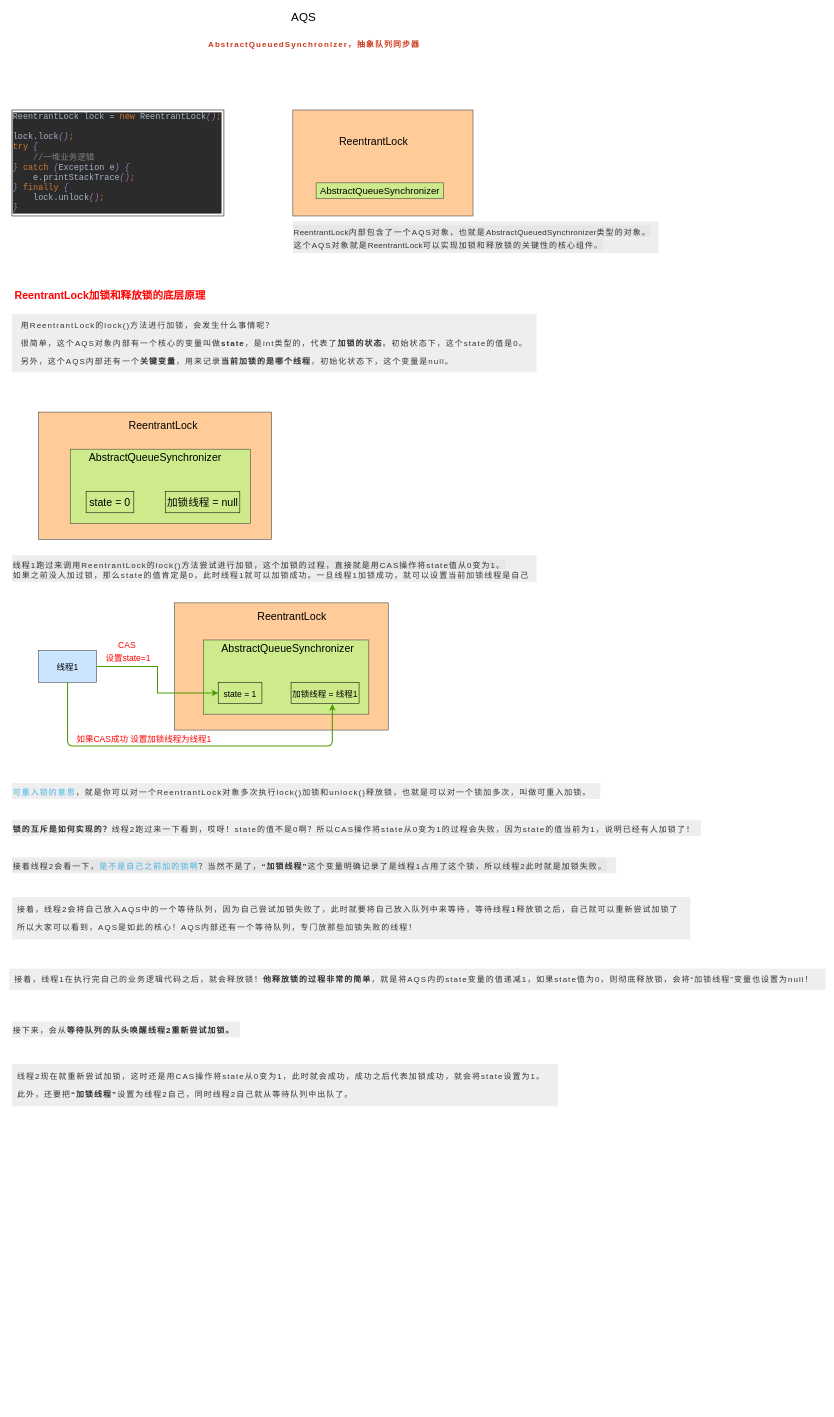
Above: page "AQS" (7 of 7) of CI/CI/moeed.drawio in liudongdong0909/draw (draw.io), before the change. Source tidied: cells renumbered, new cells numbered last; positions are measured from the earlier drawing's top-left corner, leaving out a move shared by most shapes. Both pictures are drawn from the tidied source at 53%, with x=0, y=0 at pixel (9, 9).
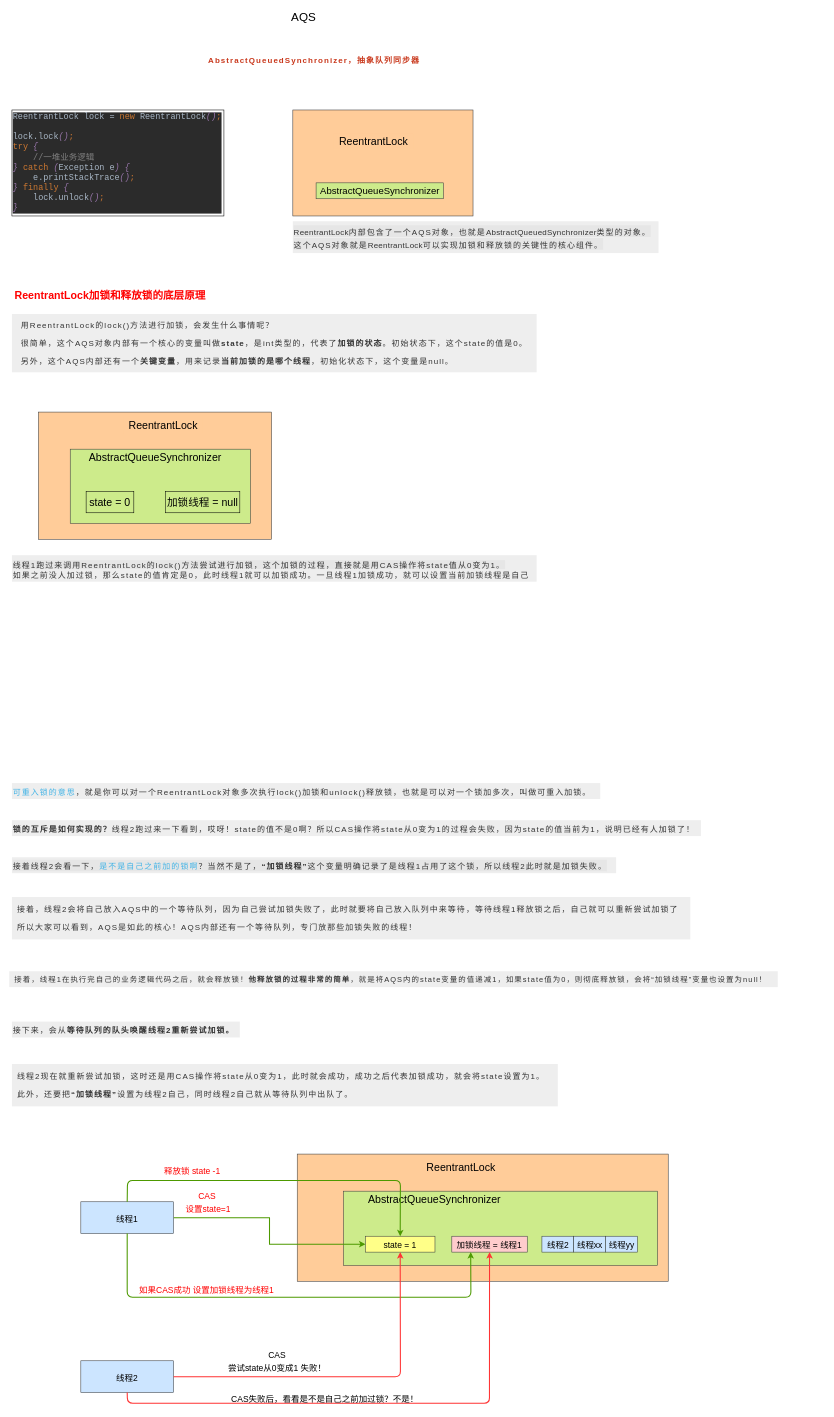
After the change.

The edit, as a diff of the source:
```diff
@@
     <mxCell id="4" value="&lt;strong style=&quot;margin: 0px ; padding: 0px ; max-width: 100% ; color: rgb(201 , 56 , 28) ; font-family: , &amp;#34;blinkmacsystemfont&amp;#34; , &amp;#34;helvetica neue&amp;#34; , &amp;#34;pingfang sc&amp;#34; , &amp;#34;hiragino sans gb&amp;#34; , &amp;#34;microsoft yahei ui&amp;#34; , &amp;#34;microsoft yahei&amp;#34; , &amp;#34;arial&amp;#34; , sans-serif ; font-size: 15px ; letter-spacing: 2px ; text-align: justify ; box-sizing: border-box ; overflow-wrap: break-word&quot;&gt;AbstractQueuedSynchronizer，抽象队列同步器&lt;/strong&gt;" style="text;html=1;align=center;verticalAlign=middle;fontSize=16;fontColor=#FF0000;" parent="1" vertex="1">
-      <mxGeometry x="365" y="50" width="420" height="30" as="geometry" />
+      <mxGeometry x="365" y="80" width="420" height="30" as="geometry" />
     </mxCell>
@@
-    <mxCell id="25" value="&lt;p style=&quot;margin: 0px 8px; padding: 0px; max-width: 100%; clear: both; min-height: 1em; color: rgb(51, 51, 51); font-size: 17px; letter-spacing: 0.621714px; line-height: 2em; box-sizing: border-box; overflow-wrap: break-word;&quot;&gt;&lt;span style=&quot;margin: 0px ; padding: 0px ; max-width: 100% ; box-sizing: border-box ; word-wrap: break-word ; font-size: 15px ; letter-spacing: 2px&quot;&gt;接着，线程1在执行完自己的业务逻辑代码之后，就会释放锁！&lt;strong style=&quot;margin: 0px ; padding: 0px ; max-width: 100% ; box-sizing: border-box ; word-wrap: break-word&quot;&gt;他释放锁的过程非常的简单&lt;/strong&gt;，就是将AQS内的state变量的值递减1，如果state值为0，则彻底释放锁，会将“加锁线程”变量也设置为null！&lt;/span&gt;&lt;/p&gt;" style="text;html=1;align=left;verticalAlign=middle;fontSize=20;fillColor=#eeeeee;" parent="1" vertex="1">
-      <mxGeometry y="1810" width="1540" height="40" as="geometry" />
+    <mxCell id="25" value="&lt;p style=&quot;margin: 0px 8px ; padding: 0px ; max-width: 100% ; clear: both ; min-height: 1em ; color: rgb(51 , 51 , 51) ; font-size: 14px ; letter-spacing: 0.621714px ; line-height: 2em ; box-sizing: border-box ; overflow-wrap: break-word&quot;&gt;&lt;span style=&quot;margin: 0px ; padding: 0px ; max-width: 100% ; box-sizing: border-box ; overflow-wrap: break-word ; letter-spacing: 2px&quot;&gt;接着，线程1在执行完自己的业务逻辑代码之后，就会释放锁！&lt;strong style=&quot;margin: 0px ; padding: 0px ; max-width: 100% ; box-sizing: border-box ; word-wrap: break-word&quot;&gt;他释放锁的过程非常的简单&lt;/strong&gt;，就是将AQS内的state变量的值递减1，如果state值为0，则彻底释放锁，会将“加锁线程”变量也设置为null！&lt;/span&gt;&lt;/p&gt;" style="text;html=1;align=left;verticalAlign=middle;fontSize=20;fillColor=#eeeeee;" parent="1" vertex="1">
+      <mxGeometry y="1815" width="1450" height="30" as="geometry" />
     </mxCell>
@@
     <mxCell id="28" style="group;" parent="1" vertex="1">
-      <mxGeometry x="55" y="1120" width="660" height="270" as="geometry" />
+      <mxGeometry x="135" y="2160" width="1108.3" height="270" as="geometry" />
     </mxCell>
     <mxCell id="29" style="group;" parent="28" vertex="1">
-      <mxGeometry width="660" height="270" as="geometry" />
+      <mxGeometry width="1108.3" height="270" as="geometry" />
     </mxCell>
     <mxCell id="30" style="group;" parent="29" vertex="1">
-      <mxGeometry x="256.7" width="403.3" height="240" as="geometry" />
+      <mxGeometry x="408.3" width="700" height="240" as="geometry" />
     </mxCell>
     <mxCell id="31" style="group;" parent="30" vertex="1">
-      <mxGeometry width="403.3" height="240" as="geometry" />
+      <mxGeometry width="700" height="240" as="geometry" />
     </mxCell>
     <mxCell id="32" style="whiteSpace=wrap;html=1;fillColor=#ffcc99;fontSize=16;align=center;strokeColor=#36393d;" parent="31" vertex="1">
-      <mxGeometry width="403.3" height="240" as="geometry" />
+      <mxGeometry width="700" height="240" as="geometry" />
     </mxCell>
     <mxCell id="33" value="ReentrantLock" style="text;html=1;align=center;verticalAlign=middle;fontSize=20;fillColor=#ffcc99;" parent="31" vertex="1">
-      <mxGeometry x="146.7" y="10" width="150" height="30" as="geometry" />
+      <mxGeometry x="233.3" y="10" width="150" height="30" as="geometry" />
     </mxCell>
     <mxCell id="34" style="whiteSpace=wrap;html=1;fillColor=#cdeb8b;fontSize=20;align=center;strokeColor=#36393d;" parent="31" vertex="1">
-      <mxGeometry x="55" y="70" width="311.7" height="140" as="geometry" />
+      <mxGeometry x="87.5" y="70" width="592.5" height="140" as="geometry" />
     </mxCell>
     <mxCell id="35" value="&lt;span&gt;&lt;font color=&quot;#000000&quot;&gt;AbstractQueueSynchronizer&lt;/font&gt;&lt;/span&gt;" style="text;html=1;align=center;verticalAlign=middle;fontSize=20;fontColor=#FF0000;" parent="31" vertex="1">
-      <mxGeometry x="77.9" y="70" width="270" height="30" as="geometry" />
+      <mxGeometry x="124" y="70" width="270" height="30" as="geometry" />
     </mxCell>
-    <mxCell id="36" value="&lt;font color=&quot;#000000&quot; style=&quot;font-size: 16px&quot;&gt;state = 1&lt;/font&gt;" style="whiteSpace=wrap;html=1;fillColor=none;fontSize=20;fontColor=#FF0000;align=center;" parent="31" vertex="1">
-      <mxGeometry x="82.5" y="150" width="82.5" height="40" as="geometry" />
+    <mxCell id="36" value="&lt;font color=&quot;#000000&quot; style=&quot;font-size: 16px&quot;&gt;state = 1&lt;/font&gt;" style="whiteSpace=wrap;html=1;fillColor=#ffff88;fontSize=20;align=center;strokeColor=#36393d;" parent="31" vertex="1">
+      <mxGeometry x="128.7" y="155" width="131.2" height="30" as="geometry" />
     </mxCell>
-    <mxCell id="37" value="&lt;font color=&quot;#000000&quot; style=&quot;font-size: 16px&quot;&gt;加锁线程 = 线程1&lt;/font&gt;" style="whiteSpace=wrap;html=1;fillColor=none;fontSize=20;fontColor=#FF0000;align=center;" parent="31" vertex="1">
-      <mxGeometry x="220" y="150" width="128.3" height="40" as="geometry" />
+    <mxCell id="37" value="&lt;font color=&quot;#000000&quot; style=&quot;font-size: 16px&quot;&gt;加锁线程 = 线程1&lt;/font&gt;" style="whiteSpace=wrap;html=1;fillColor=#ffcccc;fontSize=20;align=center;strokeColor=#36393d;" parent="31" vertex="1">
+      <mxGeometry x="291.7" y="155" width="142.3" height="30" as="geometry" />
     </mxCell>
+    <mxCell id="43" style="group;" parent="31" vertex="1">
+      <mxGeometry x="461.7" y="155" width="180" height="30" as="geometry" />
+    </mxCell>
+    <mxCell id="44" value="&lt;span style=&quot;font-size: 16px&quot;&gt;线程2&lt;/span&gt;" style="text;html=1;align=center;verticalAlign=middle;fontSize=20;fillColor=#cce5ff;strokeColor=#36393d;" parent="43" vertex="1">
+      <mxGeometry width="60" height="30" as="geometry" />
+    </mxCell>
+    <mxCell id="45" value="&lt;span style=&quot;font-size: 16px&quot;&gt;线程xx&lt;/span&gt;" style="text;html=1;align=center;verticalAlign=middle;fontSize=20;fillColor=#cce5ff;strokeColor=#36393d;" parent="43" vertex="1">
+      <mxGeometry x="60" width="60" height="30" as="geometry" />
+    </mxCell>
+    <mxCell id="46" value="&lt;span style=&quot;font-size: 16px&quot;&gt;线程yy&lt;/span&gt;" style="text;html=1;align=center;verticalAlign=middle;fontSize=20;fillColor=#cce5ff;strokeColor=#36393d;" parent="43" vertex="1">
+      <mxGeometry x="120" width="60" height="30" as="geometry" />
+    </mxCell>
@@
     <mxCell id="39" value="&lt;font style=&quot;font-size: 16px&quot;&gt;线程1&lt;/font&gt;" style="whiteSpace=wrap;html=1;fillColor=#cce5ff;fontSize=20;align=center;strokeColor=#36393d;" parent="29" vertex="1">
-      <mxGeometry y="90" width="110" height="60" as="geometry" />
+      <mxGeometry y="90" width="175" height="60" as="geometry" />
     </mxCell>
     <mxCell id="40" value="&lt;font style=&quot;font-size: 16px&quot;&gt;CAS&amp;nbsp;&lt;br&gt;设置state=1&lt;br&gt;&lt;/font&gt;" style="text;html=1;align=center;verticalAlign=middle;fontSize=20;fontColor=#FF0000;" parent="29" vertex="1">
-      <mxGeometry x="119.2" y="60" width="100" height="60" as="geometry" />
+      <mxGeometry x="189.6" y="60" width="100" height="60" as="geometry" />
     </mxCell>
-    <mxCell id="41" style="endArrow=classic;html=1;strokeColor=#4D9900;strokeWidth=2;fontSize=20;fontColor=#FF0000;exitX=0.5;exitY=1;exitDx=0;exitDy=0;entryX=0.607;entryY=1.025;entryDx=0;entryDy=0;entryPerimeter=0;" parent="29" edge="1" source="39" target="37">
+    <mxCell id="41" style="endArrow=classic;html=1;strokeColor=#4D9900;strokeWidth=2;fontSize=20;fontColor=#FF0000;exitX=0.5;exitY=1;exitDx=0;exitDy=0;entryX=0.25;entryY=1;entryDx=0;entryDy=0;" parent="29" edge="1" source="39" target="37">
       <mxGeometry relative="1" as="geometry">
         <Array as="points">
-          <mxPoint x="55" y="270" />
-          <mxPoint x="554.6" y="270" />
+          <mxPoint x="87.5" y="270" />
+          <mxPoint x="736" y="270" />
         </Array>
       </mxGeometry>
     </mxCell>
     <mxCell id="42" value="&lt;font style=&quot;font-size: 16px&quot;&gt;如果CAS成功 设置加锁线程为线程1&lt;/font&gt;" style="text;html=1;align=center;verticalAlign=middle;fontSize=20;fontColor=#FF0000;" parent="29" vertex="1">
-      <mxGeometry x="64.2" y="240" width="270" height="30" as="geometry" />
+      <mxGeometry x="102.1" y="240" width="270" height="30" as="geometry" />
     </mxCell>
+    <mxCell id="47" style="endArrow=classic;html=1;strokeColor=#4D9900;strokeWidth=2;fontSize=20;fontColor=#FF0000;exitX=0.5;exitY=0;exitDx=0;exitDy=0;entryX=0.5;entryY=0;entryDx=0;entryDy=0;" parent="29" edge="1" source="39" target="36">
+      <mxGeometry relative="1" as="geometry">
+        <Array as="points">
+          <mxPoint x="88" y="50" />
+          <mxPoint x="603" y="50" />
+        </Array>
+      </mxGeometry>
+    </mxCell>
+    <mxCell id="48" value="&lt;font style=&quot;font-size: 16px&quot;&gt;线程2&lt;/font&gt;" style="whiteSpace=wrap;html=1;fillColor=#cce5ff;fontSize=20;align=center;strokeColor=#36393d;" parent="1" vertex="1">
+      <mxGeometry x="135" y="2550" width="175" height="60" as="geometry" />
+    </mxCell>
+    <mxCell id="49" value="&lt;span style=&quot;font-size: 16px&quot;&gt;释放锁 state -1&lt;/span&gt;" style="text;html=1;align=center;verticalAlign=middle;fontSize=20;fontColor=#FF0000;" parent="1" vertex="1">
+      <mxGeometry x="285" y="2175" width="120" height="30" as="geometry" />
+    </mxCell>
+    <mxCell id="50" style="endArrow=classic;html=1;strokeWidth=2;fontSize=20;fontColor=#FF0000;exitX=1;exitY=0.5;exitDx=0;exitDy=0;entryX=0.5;entryY=1;entryDx=0;entryDy=0;strokeColor=#FF3333;" parent="1" edge="1" source="48" target="36">
+      <mxGeometry relative="1" as="geometry">
+        <Array as="points">
+          <mxPoint x="738" y="2580" />
+        </Array>
+      </mxGeometry>
+    </mxCell>
+    <mxCell id="51" value="&lt;font color=&quot;#000000&quot; style=&quot;font-size: 16px&quot;&gt;CAS&lt;br&gt;尝试state从0变成1 失败！&lt;br&gt;&lt;/font&gt;" style="text;html=1;align=center;verticalAlign=middle;fontSize=20;fontColor=#FF0000;" parent="1" vertex="1">
+      <mxGeometry x="405" y="2520" width="200" height="60" as="geometry" />
+    </mxCell>
+    <mxCell id="52" style="endArrow=classic;html=1;strokeColor=#FF3333;strokeWidth=2;fontSize=20;fontColor=#FF0000;exitX=0.5;exitY=1;exitDx=0;exitDy=0;entryX=0.5;entryY=1;entryDx=0;entryDy=0;" parent="1" edge="1" source="48" target="37">
+      <mxGeometry relative="1" as="geometry">
+        <Array as="points">
+          <mxPoint x="223" y="2630" />
+          <mxPoint x="906" y="2630" />
+        </Array>
+      </mxGeometry>
+    </mxCell>
+    <mxCell id="53" value="&lt;font color=&quot;#000000&quot;&gt;&lt;span style=&quot;font-size: 16px&quot;&gt;CAS失败后，看看是不是自己之前加过锁？不是！&lt;/span&gt;&lt;/font&gt;" style="text;html=1;align=center;verticalAlign=middle;fontSize=20;fontColor=#FF0000;" parent="1" vertex="1">
+      <mxGeometry x="410" y="2605" width="370" height="30" as="geometry" />
+    </mxCell>
```
